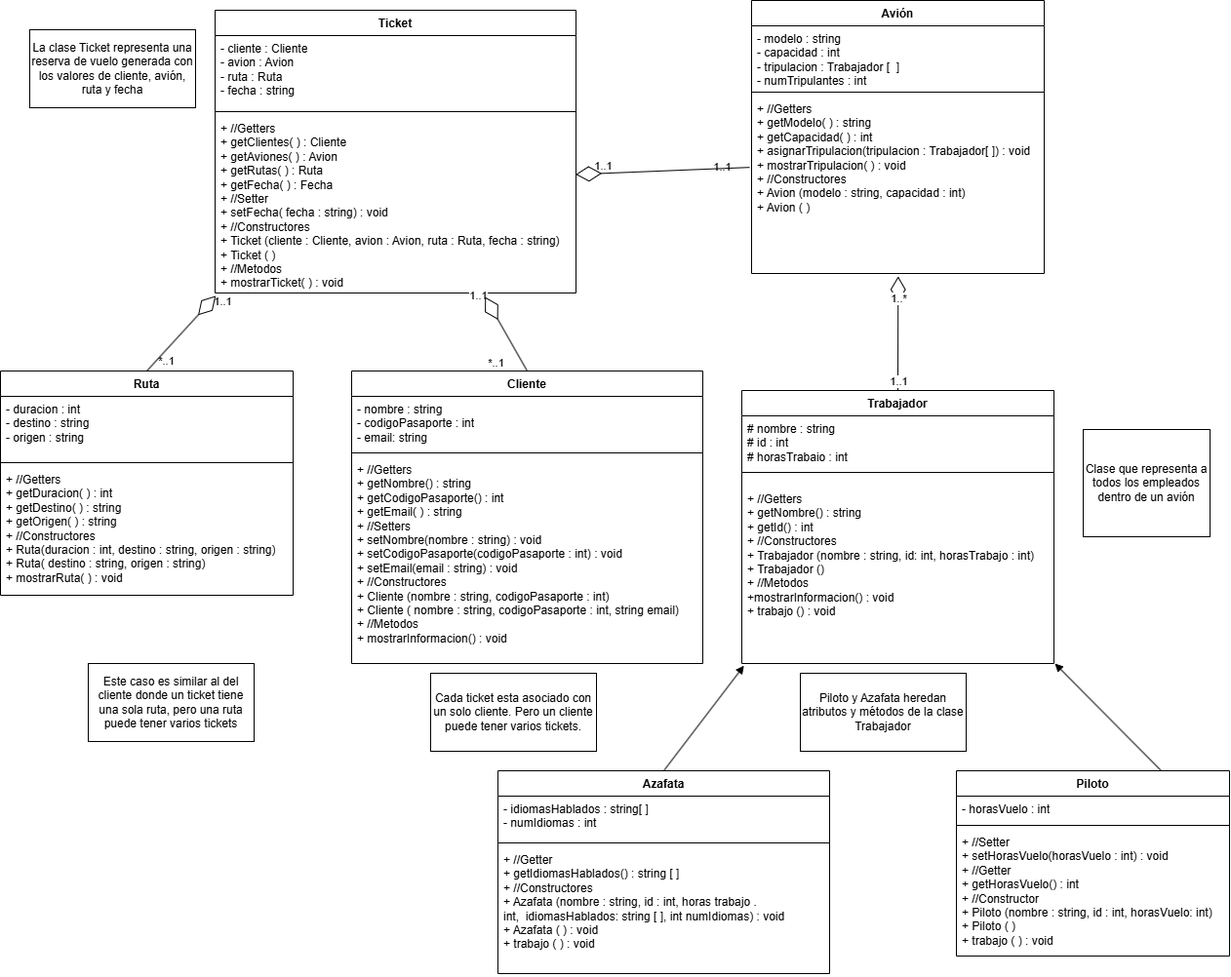
Before: MansiAirlines.drawio.png, a diagram exported from draw.io (M4nsi00/Mansi-AirLines). Source tidied: cells renumbered, new cells last; positions are measured from the earlier drawing's top-left corner, leaving out a move shared by most shapes.
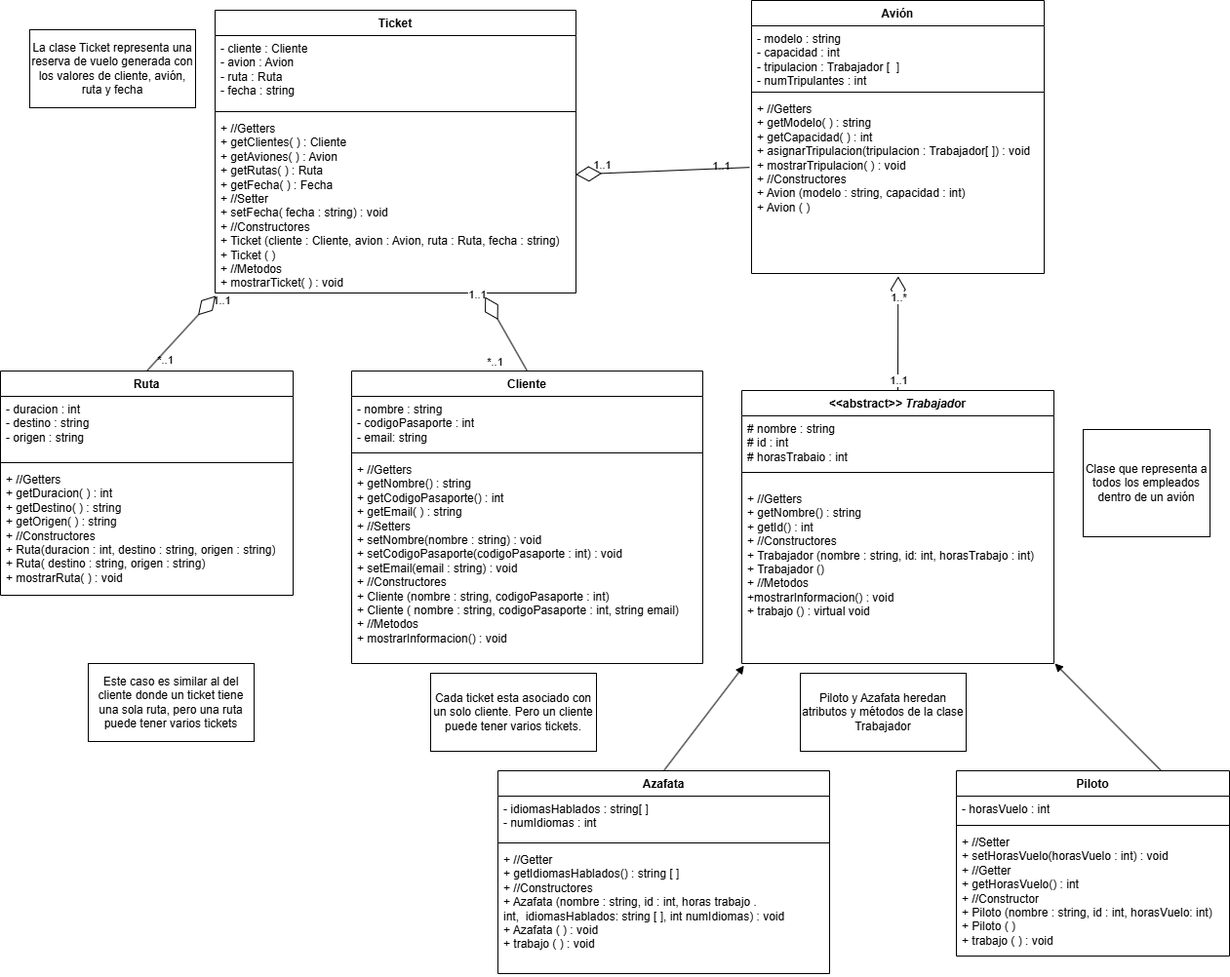
After the change.

Commit message:
Cambios en la clase Trabajador para aplicar bien abstractos y en el UML

The edit, as a diff of the source:
```diff
@@ -2,7 +2,7 @@
   <root>
     <mxCell id="0" />
     <mxCell id="1" parent="0" />
-    <mxCell id="2" value="Trabajador" style="swimlane;fontStyle=1;align=center;verticalAlign=top;horizontal=1;startSize=26;whiteSpace=wrap;html=1;" parent="1" vertex="1">
+    <mxCell id="2" value="&amp;lt;&amp;lt;abstract&amp;gt;&lt;i&gt;&amp;gt; Trabajado&lt;/i&gt;r" style="swimlane;fontStyle=1;align=center;verticalAlign=top;horizontal=1;startSize=26;whiteSpace=wrap;html=1;" parent="1" vertex="1">
       <mxGeometry x="760" y="400" width="320" height="280" as="geometry" />
     </mxCell>
     <mxCell id="3" value="# nombre : string&lt;div&gt;# id : int&lt;/div&gt;&lt;div&gt;# horasTrabajo : int&lt;/div&gt;" style="text;strokeColor=none;fillColor=none;align=left;verticalAlign=top;spacingLeft=4;spacingRight=4;overflow=hidden;whiteSpace=wrap;html=1;" parent="2" vertex="1">
@@ -11,7 +11,7 @@
     <mxCell id="4" style="line;strokeWidth=1;fillColor=none;align=left;verticalAlign=middle;spacingTop=-1;spacingLeft=3;spacingRight=3;labelPosition=right;strokeColor=inherit;" parent="2" vertex="1">
       <mxGeometry y="70" width="320" height="28" as="geometry" />
     </mxCell>
-    <mxCell id="5" value="&lt;div&gt;+ //Getters&lt;/div&gt;&lt;div&gt;+ getNombre() : string&lt;/div&gt;&lt;div&gt;+ getId() : int&lt;/div&gt;&lt;div&gt;&lt;span style=&quot;background-color: transparent; color: light-dark(rgb(0, 0, 0), rgb(255, 255, 255));&quot;&gt;+ //Constructores&lt;/span&gt;&lt;/div&gt;&lt;div&gt;+ Trabajador (nombre : string, id: int, horasTrabajo : int)&lt;/div&gt;&lt;div&gt;+ Trabajador ()&lt;/div&gt;&lt;div&gt;+ //Metodos&lt;/div&gt;+mostrarInformacion() : void&lt;div&gt;+ trabajo () : void&lt;/div&gt;" style="text;strokeColor=none;fillColor=none;align=left;verticalAlign=top;spacingLeft=4;spacingRight=4;overflow=hidden;points=[[0,0.5],[1,0.5]];portConstraint=eastwest;whiteSpace=wrap;html=1;" parent="2" vertex="1">
+    <mxCell id="5" value="&lt;div&gt;+ //Getters&lt;/div&gt;&lt;div&gt;+ getNombre() : string&lt;/div&gt;&lt;div&gt;+ getId() : int&lt;/div&gt;&lt;div&gt;&lt;span style=&quot;background-color: transparent; color: light-dark(rgb(0, 0, 0), rgb(255, 255, 255));&quot;&gt;+ //Constructores&lt;/span&gt;&lt;/div&gt;&lt;div&gt;+ Trabajador (nombre : string, id: int, horasTrabajo : int)&lt;/div&gt;&lt;div&gt;+ Trabajador ()&lt;/div&gt;&lt;div&gt;+ //Metodos&lt;/div&gt;+mostrarInformacion() : void&lt;div&gt;+ trabajo () : virtual void&amp;nbsp;&lt;/div&gt;" style="text;strokeColor=none;fillColor=none;align=left;verticalAlign=top;spacingLeft=4;spacingRight=4;overflow=hidden;points=[[0,0.5],[1,0.5]];portConstraint=eastwest;whiteSpace=wrap;html=1;" parent="2" vertex="1">
       <mxGeometry y="98" width="320" height="182" as="geometry" />
     </mxCell>
     <mxCell id="6" value="Azafata" style="swimlane;fontStyle=1;align=center;verticalAlign=top;horizontal=1;startSize=26;whiteSpace=wrap;html=1;" parent="1" vertex="1">
```
